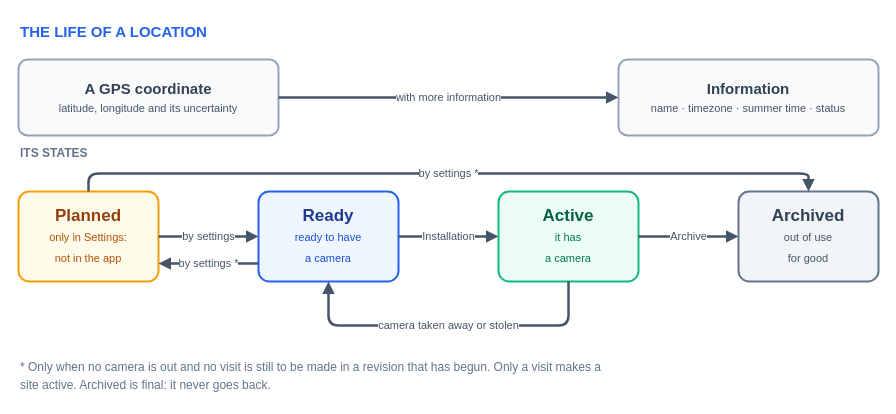
This is docs/img/location.drawio from wildintelproject/wildintel-uploader, a draw.io file, before an edit. Source tidied: cells renumbered, new cells numbered last; positions are measured from the earlier drawing's top-left corner, leaving out a move shared by most shapes. Both pictures are drawn from the tidied source at 100%, with x=0, y=0 at pixel (18, 17).
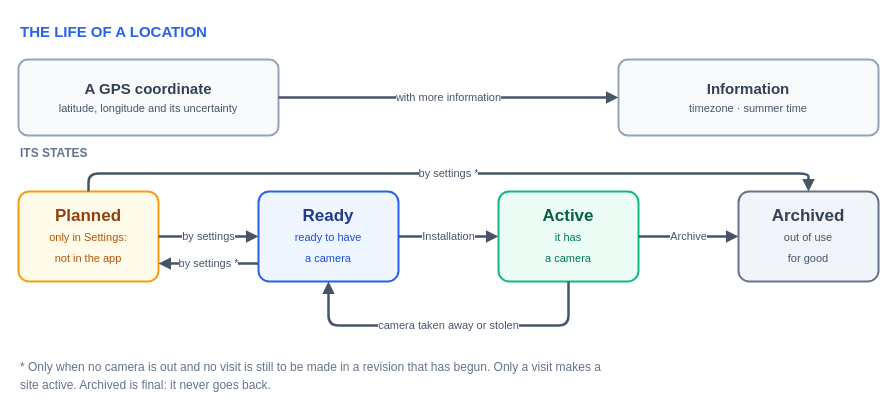
The same diagram, later.

Commit message (it also covers changes not shown here):
The diagram of a location says that what is added to the coordinate is its timezone and whether its cameras ignore summer time, as the manual does

What changed in the source:
```diff
@@
-    <mxCell id="4" value="&lt;b&gt;Information&lt;/b&gt;&lt;br&gt;&lt;font style=&quot;font-size:11px&quot; color=&quot;#475569&quot;&gt;name · timezone · summer time · status&lt;/font&gt;" style="rounded=1;arcSize=12;whiteSpace=wrap;html=1;fillColor=#f8fafc;strokeColor=#94a3b8;strokeWidth=2;fontColor=#334155;fontSize=15;" parent="1" vertex="1">
+    <mxCell id="4" value="&lt;b&gt;Information&lt;/b&gt;&lt;br&gt;&lt;font style=&quot;font-size:11px&quot; color=&quot;#475569&quot;&gt;timezone · summer time&lt;/font&gt;" style="rounded=1;arcSize=12;whiteSpace=wrap;html=1;fillColor=#f8fafc;strokeColor=#94a3b8;strokeWidth=2;fontColor=#334155;fontSize=15;" parent="1" vertex="1">
       <mxGeometry x="600" y="42" width="260" height="76" as="geometry" />
     </mxCell>
```
